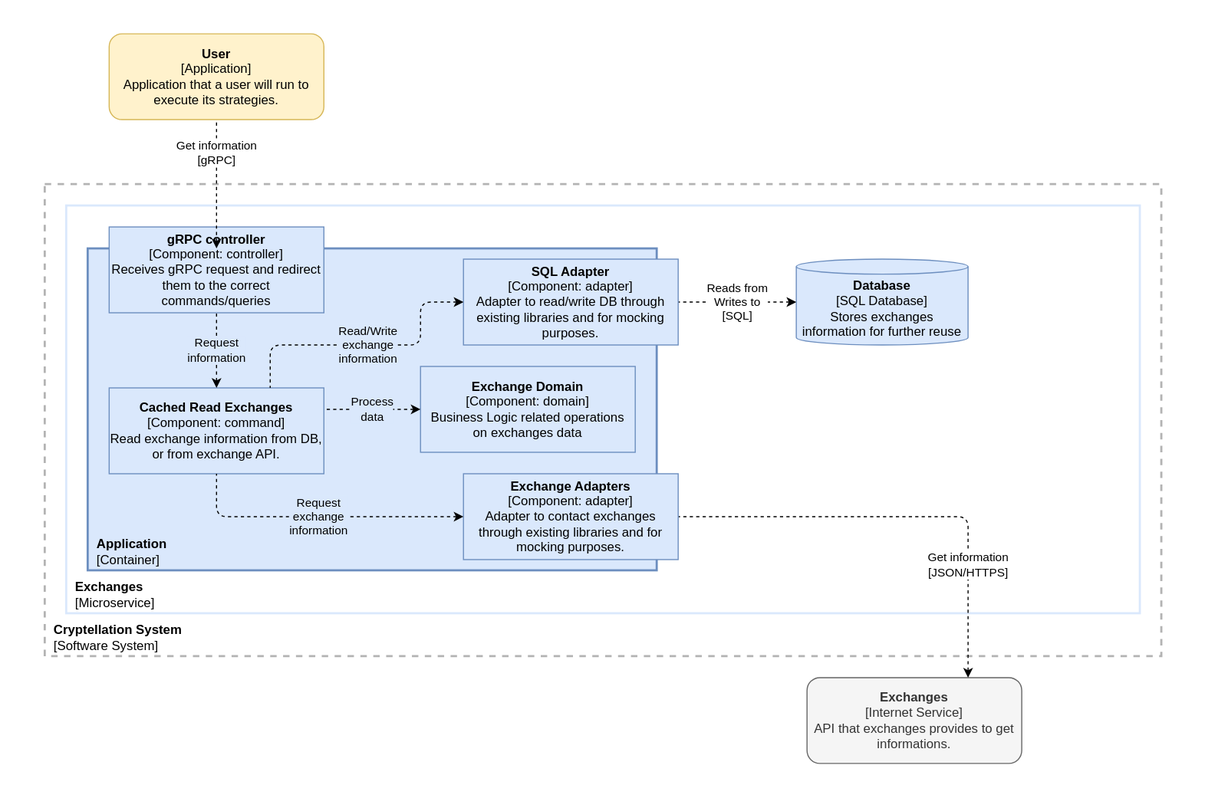
lerenn/cryptellation keeps this draw.io diagram as website/docs/architecture/exchanges/component-diagram.svg. Above is the earlier version. Source tidied: cells renumbered, new cells last; positions are measured from the earlier drawing's top-left corner, leaving out a move shared by most shapes.
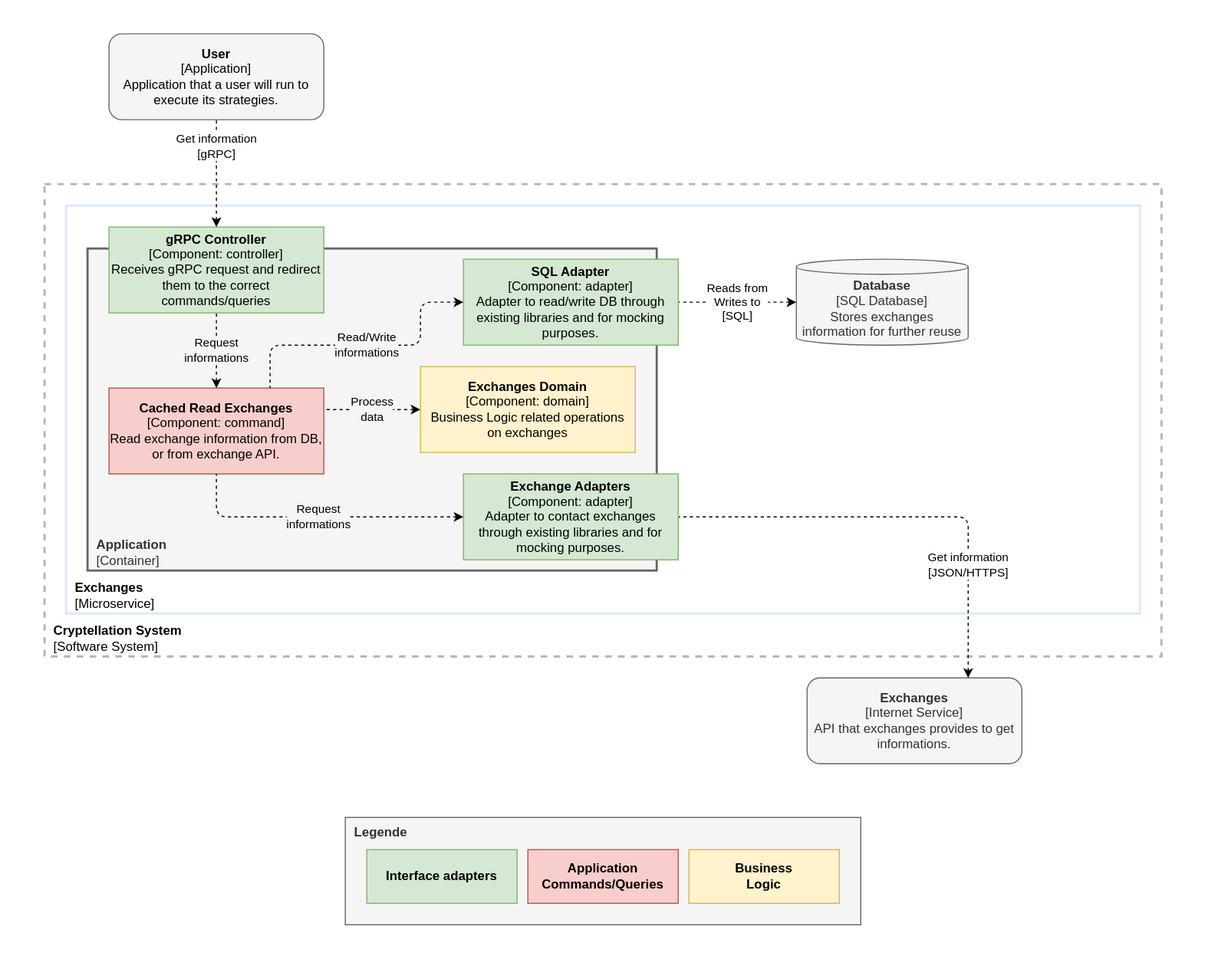
The same file after the commit.

Commit message:
change colors for component diagrams

The edit, as a diff of the source:
```diff
@@ -3,7 +3,7 @@
     <mxCell id="0" />
     <mxCell id="1" parent="0" />
     <mxCell id="2" style="rounded=1;whiteSpace=wrap;html=1;labelBackgroundColor=none;strokeColor=none;strokeWidth=2;fillColor=default;" parent="1" vertex="1">
-      <mxGeometry width="1120" height="750" as="geometry" />
+      <mxGeometry width="1120" height="910" as="geometry" />
     </mxCell>
     <mxCell id="3" value="&lt;b style=&quot;&quot;&gt;&amp;nbsp; Cryptellation System&lt;br&gt;&amp;nbsp;&amp;nbsp;&lt;/b&gt;&lt;span style=&quot;&quot;&gt;[Software System]&lt;/span&gt;" style="rounded=0;whiteSpace=wrap;html=1;fillColor=none;dashed=1;strokeWidth=2;strokeColor=#B3B3B3;align=left;verticalAlign=bottom;" parent="1" vertex="1">
       <mxGeometry x="40" y="170" width="1040" height="440" as="geometry" />
@@ -11,45 +11,43 @@
     <mxCell id="4" value="&amp;nbsp; &lt;b&gt;Exchanges&lt;/b&gt;&lt;br&gt;&amp;nbsp; [Microservice]" style="rounded=0;whiteSpace=wrap;html=1;labelBackgroundColor=none;strokeColor=#DAE8FC;strokeWidth=2;fillColor=none;verticalAlign=bottom;align=left;" parent="1" vertex="1">
       <mxGeometry x="60" y="190" width="1000" height="380" as="geometry" />
     </mxCell>
-    <mxCell id="5" value="&amp;nbsp; &lt;b&gt;Application&lt;/b&gt;&lt;br&gt;&amp;nbsp; [Container]" style="rounded=0;whiteSpace=wrap;html=1;labelBackgroundColor=none;strokeColor=#6c8ebf;strokeWidth=2;fillColor=#dae8fc;verticalAlign=bottom;align=left;" parent="1" vertex="1">
+    <mxCell id="5" value="&amp;nbsp; &lt;b&gt;Application&lt;/b&gt;&lt;br&gt;&amp;nbsp; [Container]" style="rounded=0;whiteSpace=wrap;html=1;labelBackgroundColor=none;strokeColor=#666666;strokeWidth=2;fillColor=#f5f5f5;verticalAlign=bottom;align=left;fontColor=#333333;" parent="1" vertex="1">
       <mxGeometry x="80" y="230" width="530" height="300" as="geometry" />
     </mxCell>
-    <mxCell id="6" value="&lt;b&gt;gRPC controller&lt;/b&gt;&lt;br&gt;[Component: controller]&lt;br&gt;Receives gRPC request and redirect them to the correct commands/queries" style="rounded=0;whiteSpace=wrap;html=1;fillColor=#dae8fc;strokeColor=#6c8ebf;" parent="1" vertex="1">
+    <mxCell id="6" value="&lt;b&gt;gRPC Controller&lt;/b&gt;&lt;br&gt;[Component: controller]&lt;br&gt;Receives gRPC request and redirect them to the correct commands/queries" style="rounded=0;whiteSpace=wrap;html=1;fillColor=#d5e8d4;strokeColor=#82b366;" parent="1" vertex="1">
       <mxGeometry x="100" y="210" width="200" height="80" as="geometry" />
     </mxCell>
-    <mxCell id="7" value="&lt;b&gt;Database&lt;/b&gt;&lt;br&gt;[SQL Database]&lt;br&gt;Stores exchanges information for further reuse" style="shape=cylinder3;whiteSpace=wrap;html=1;boundedLbl=1;backgroundOutline=1;size=7;fillColor=#dae8fc;strokeColor=#6c8ebf;" parent="1" vertex="1">
+    <mxCell id="7" value="&lt;b&gt;Database&lt;/b&gt;&lt;br&gt;[SQL Database]&lt;br&gt;Stores exchanges information for further reuse" style="shape=cylinder3;whiteSpace=wrap;html=1;boundedLbl=1;backgroundOutline=1;size=7;fillColor=#f5f5f5;strokeColor=#666666;fontColor=#333333;" parent="1" vertex="1">
       <mxGeometry x="740" y="240" width="160" height="80" as="geometry" />
     </mxCell>
     <mxCell id="8" value="&lt;b style=&quot;color: rgb(51 , 51 , 51)&quot;&gt;Exchanges&lt;/b&gt;&lt;br style=&quot;color: rgb(51 , 51 , 51)&quot;&gt;&lt;span style=&quot;color: rgb(51 , 51 , 51)&quot;&gt;[Internet Service]&lt;/span&gt;&lt;br style=&quot;color: rgb(51 , 51 , 51)&quot;&gt;&lt;span style=&quot;color: rgb(51 , 51 , 51)&quot;&gt;API that exchanges provides to get informations.&lt;/span&gt;" style="rounded=1;whiteSpace=wrap;html=1;fillColor=#f5f5f5;fontColor=#333333;strokeColor=#666666;" parent="1" vertex="1">
       <mxGeometry x="750" y="630" width="200" height="80" as="geometry" />
     </mxCell>
-    <mxCell id="9" value="&lt;span style=&quot;color: rgb(0, 0, 0); font-family: helvetica; font-size: 11px; font-style: normal; font-weight: 400; letter-spacing: normal; text-align: center; text-indent: 0px; text-transform: none; word-spacing: 0px; background-color: rgb(255, 255, 255); display: inline; float: none;&quot;&gt;Get&amp;nbsp;information&lt;/span&gt;&lt;br style=&quot;color: rgb(0, 0, 0); font-family: helvetica; font-size: 11px; font-style: normal; font-weight: 400; letter-spacing: normal; text-align: center; text-indent: 0px; text-transform: none; word-spacing: 0px;&quot;&gt;&lt;span style=&quot;color: rgb(0, 0, 0); font-family: helvetica; font-size: 11px; font-style: normal; font-weight: 400; letter-spacing: normal; text-align: center; text-indent: 0px; text-transform: none; word-spacing: 0px; background-color: rgb(255, 255, 255); display: inline; float: none;&quot;&gt;[JSON/HTTPS]&lt;/span&gt;" style="endArrow=none;dashed=1;html=1;exitX=0.75;exitY=0;exitDx=0;exitDy=0;entryX=1;entryY=0.5;entryDx=0;entryDy=0;edgeStyle=orthogonalEdgeStyle;startArrow=classic;startFill=1;" parent="1" edge="1" source="8" target="13">
+    <mxCell id="9" value="&lt;span style=&quot;color: rgb(0 , 0 , 0) ; font-family: &amp;#34;helvetica&amp;#34; ; font-size: 11px ; font-style: normal ; font-weight: 400 ; letter-spacing: normal ; text-align: center ; text-indent: 0px ; text-transform: none ; word-spacing: 0px ; background-color: rgb(255 , 255 , 255) ; display: inline ; float: none&quot;&gt;Get information&lt;/span&gt;&lt;br style=&quot;color: rgb(0 , 0 , 0) ; font-family: &amp;#34;helvetica&amp;#34; ; font-size: 11px ; font-style: normal ; font-weight: 400 ; letter-spacing: normal ; text-align: center ; text-indent: 0px ; text-transform: none ; word-spacing: 0px&quot;&gt;&lt;span style=&quot;color: rgb(0 , 0 , 0) ; font-family: &amp;#34;helvetica&amp;#34; ; font-size: 11px ; font-style: normal ; font-weight: 400 ; letter-spacing: normal ; text-align: center ; text-indent: 0px ; text-transform: none ; word-spacing: 0px ; background-color: rgb(255 , 255 , 255) ; display: inline ; float: none&quot;&gt;[JSON/HTTPS]&lt;/span&gt;" style="endArrow=none;dashed=1;html=1;exitX=0.75;exitY=0;exitDx=0;exitDy=0;entryX=1;entryY=0.5;entryDx=0;entryDy=0;edgeStyle=orthogonalEdgeStyle;startArrow=classic;startFill=1;" parent="1" edge="1" source="8" target="13">
       <mxGeometry x="-0.5" relative="1" as="geometry" />
     </mxCell>
     <mxCell id="10" value="&lt;font face=&quot;helvetica&quot;&gt;Reads from&lt;br&gt;Writes to&lt;br&gt;[SQL]&lt;br&gt;&lt;/font&gt;" style="endArrow=none;dashed=1;html=1;exitX=0;exitY=0.5;exitDx=0;exitDy=0;entryX=1;entryY=0.5;entryDx=0;entryDy=0;edgeStyle=orthogonalEdgeStyle;startArrow=classic;startFill=1;exitPerimeter=0;" parent="1" edge="1" source="7" target="14">
       <mxGeometry relative="1" as="geometry" />
     </mxCell>
-    <mxCell id="11" value="&lt;b style=&quot;color: rgb(0 , 0 , 0) ; font-family: &amp;#34;helvetica&amp;#34; ; font-size: 12px ; font-style: normal ; letter-spacing: normal ; text-align: center ; text-indent: 0px ; text-transform: none ; word-spacing: 0px&quot;&gt;User&lt;/b&gt;&lt;br style=&quot;color: rgb(0 , 0 , 0) ; font-family: &amp;#34;helvetica&amp;#34; ; font-size: 12px ; font-style: normal ; font-weight: 400 ; letter-spacing: normal ; text-align: center ; text-indent: 0px ; text-transform: none ; word-spacing: 0px&quot;&gt;&lt;span style=&quot;color: rgb(0 , 0 , 0) ; font-family: &amp;#34;helvetica&amp;#34; ; font-size: 12px ; font-style: normal ; font-weight: 400 ; letter-spacing: normal ; text-align: center ; text-indent: 0px ; text-transform: none ; word-spacing: 0px ; display: inline ; float: none&quot;&gt;[Application]&lt;/span&gt;&lt;br style=&quot;color: rgb(0 , 0 , 0) ; font-family: &amp;#34;helvetica&amp;#34; ; font-size: 12px ; font-style: normal ; font-weight: 400 ; letter-spacing: normal ; text-align: center ; text-indent: 0px ; text-transform: none ; word-spacing: 0px&quot;&gt;&lt;span style=&quot;color: rgb(0 , 0 , 0) ; font-family: &amp;#34;helvetica&amp;#34; ; font-size: 12px ; font-style: normal ; font-weight: 400 ; letter-spacing: normal ; text-align: center ; text-indent: 0px ; text-transform: none ; word-spacing: 0px ; display: inline ; float: none&quot;&gt;Application that a user will run to execute its strategies.&lt;/span&gt;" style="rounded=1;whiteSpace=wrap;html=1;strokeColor=#d6b656;strokeWidth=1;fillColor=#fff2cc;" parent="1" vertex="1">
+    <mxCell id="11" value="&lt;b style=&quot;color: rgb(0 , 0 , 0) ; font-family: &amp;#34;helvetica&amp;#34; ; font-size: 12px ; font-style: normal ; letter-spacing: normal ; text-align: center ; text-indent: 0px ; text-transform: none ; word-spacing: 0px&quot;&gt;User&lt;/b&gt;&lt;br style=&quot;color: rgb(0 , 0 , 0) ; font-family: &amp;#34;helvetica&amp;#34; ; font-size: 12px ; font-style: normal ; font-weight: 400 ; letter-spacing: normal ; text-align: center ; text-indent: 0px ; text-transform: none ; word-spacing: 0px&quot;&gt;&lt;span style=&quot;color: rgb(0 , 0 , 0) ; font-family: &amp;#34;helvetica&amp;#34; ; font-size: 12px ; font-style: normal ; font-weight: 400 ; letter-spacing: normal ; text-align: center ; text-indent: 0px ; text-transform: none ; word-spacing: 0px ; display: inline ; float: none&quot;&gt;[Application]&lt;/span&gt;&lt;br style=&quot;color: rgb(0 , 0 , 0) ; font-family: &amp;#34;helvetica&amp;#34; ; font-size: 12px ; font-style: normal ; font-weight: 400 ; letter-spacing: normal ; text-align: center ; text-indent: 0px ; text-transform: none ; word-spacing: 0px&quot;&gt;&lt;span style=&quot;color: rgb(0 , 0 , 0) ; font-family: &amp;#34;helvetica&amp;#34; ; font-size: 12px ; font-style: normal ; font-weight: 400 ; letter-spacing: normal ; text-align: center ; text-indent: 0px ; text-transform: none ; word-spacing: 0px ; display: inline ; float: none&quot;&gt;Application that a user will run to execute its strategies.&lt;/span&gt;" style="rounded=1;whiteSpace=wrap;html=1;strokeColor=#666666;strokeWidth=1;fillColor=#f5f5f5;fontColor=#333333;" parent="1" vertex="1">
       <mxGeometry x="100" y="30" width="200" height="80" as="geometry" />
     </mxCell>
-    <mxCell id="12" value="&lt;font face=&quot;helvetica&quot;&gt;Get information&lt;br&gt;[gRPC]&lt;br&gt;&lt;/font&gt;" style="endArrow=none;dashed=1;html=1;entryX=0.5;entryY=1;entryDx=0;entryDy=0;edgeStyle=orthogonalEdgeStyle;startArrow=classic;startFill=1;" parent="1" edge="1" target="11">
-      <mxGeometry x="0.5" relative="1" as="geometry">
-        <mxPoint x="200" y="230" as="sourcePoint" />
-      </mxGeometry>
+    <mxCell id="12" value="&lt;font face=&quot;helvetica&quot;&gt;Get information&lt;br&gt;[gRPC]&lt;br&gt;&lt;/font&gt;" style="endArrow=none;dashed=1;html=1;entryX=0.5;entryY=1;entryDx=0;entryDy=0;edgeStyle=orthogonalEdgeStyle;startArrow=classic;startFill=1;exitX=0.5;exitY=0;exitDx=0;exitDy=0;" parent="1" edge="1" source="6" target="11">
+      <mxGeometry x="0.5" relative="1" as="geometry" />
     </mxCell>
-    <mxCell id="13" value="&lt;b&gt;Exchange Adapters&lt;/b&gt;&lt;br&gt;[Component: adapter]&lt;br&gt;Adapter to contact exchanges through existing libraries and for mocking purposes." style="rounded=0;whiteSpace=wrap;html=1;fillColor=#dae8fc;strokeColor=#6c8ebf;" parent="1" vertex="1">
+    <mxCell id="13" value="&lt;b&gt;Exchange Adapters&lt;/b&gt;&lt;br&gt;[Component: adapter]&lt;br&gt;Adapter to contact exchanges through existing libraries and for mocking purposes." style="rounded=0;whiteSpace=wrap;html=1;fillColor=#d5e8d4;strokeColor=#82b366;" parent="1" vertex="1">
       <mxGeometry x="430" y="440" width="200" height="80" as="geometry" />
     </mxCell>
-    <mxCell id="14" value="&lt;b&gt;SQL Adapter&lt;/b&gt;&lt;br&gt;[Component: adapter]&lt;br&gt;Adapter to read/write DB through existing libraries and for mocking purposes." style="rounded=0;whiteSpace=wrap;html=1;fillColor=#dae8fc;strokeColor=#6c8ebf;" parent="1" vertex="1">
+    <mxCell id="14" value="&lt;b&gt;SQL Adapter&lt;/b&gt;&lt;br&gt;[Component: adapter]&lt;br&gt;Adapter to read/write DB through existing libraries and for mocking purposes." style="rounded=0;whiteSpace=wrap;html=1;fillColor=#d5e8d4;strokeColor=#82b366;" parent="1" vertex="1">
       <mxGeometry x="430" y="240" width="200" height="80" as="geometry" />
     </mxCell>
-    <mxCell id="15" value="&lt;b&gt;Cached Read Exchanges&lt;/b&gt;&lt;br&gt;[Component: command]&lt;br&gt;Read exchange information from DB, or from exchange API." style="rounded=0;whiteSpace=wrap;html=1;fillColor=#dae8fc;strokeColor=#6c8ebf;" parent="1" vertex="1">
+    <mxCell id="15" value="&lt;b&gt;Cached Read Exchanges&lt;/b&gt;&lt;br&gt;[Component: command]&lt;br&gt;Read exchange information from DB, or from exchange API." style="rounded=0;whiteSpace=wrap;html=1;fillColor=#f8cecc;strokeColor=#b85450;" parent="1" vertex="1">
       <mxGeometry x="100" y="360" width="200" height="80" as="geometry" />
     </mxCell>
-    <mxCell id="16" value="&lt;font face=&quot;helvetica&quot;&gt;Request&lt;br&gt;information&lt;br&gt;&lt;/font&gt;" style="endArrow=none;dashed=1;html=1;edgeStyle=orthogonalEdgeStyle;startArrow=classic;startFill=1;exitX=0.5;exitY=0;exitDx=0;exitDy=0;entryX=0.5;entryY=1;entryDx=0;entryDy=0;labelBackgroundColor=#DAE8FC;" parent="1" edge="1" source="15" target="6">
+    <mxCell id="16" value="&lt;font face=&quot;helvetica&quot;&gt;Request&lt;br&gt;informations&lt;br&gt;&lt;/font&gt;" style="endArrow=none;dashed=1;html=1;edgeStyle=orthogonalEdgeStyle;startArrow=classic;startFill=1;exitX=0.5;exitY=0;exitDx=0;exitDy=0;entryX=0.5;entryY=1;entryDx=0;entryDy=0;labelBackgroundColor=#F5F5F5;" parent="1" edge="1" source="15" target="6">
       <mxGeometry relative="1" as="geometry" />
     </mxCell>
-    <mxCell id="17" value="&lt;font face=&quot;helvetica&quot;&gt;Read/Write&lt;br&gt;exchange&lt;br&gt;information&lt;br&gt;&lt;/font&gt;" style="endArrow=none;dashed=1;html=1;edgeStyle=orthogonalEdgeStyle;startArrow=classic;startFill=1;entryX=0.75;entryY=0;entryDx=0;entryDy=0;labelBackgroundColor=#DAE8FC;exitX=0;exitY=0.5;exitDx=0;exitDy=0;" parent="1" edge="1" source="14" target="15">
+    <mxCell id="17" value="&lt;font face=&quot;helvetica&quot;&gt;Read/Write&lt;br&gt;informations&lt;br&gt;&lt;/font&gt;" style="endArrow=none;dashed=1;html=1;edgeStyle=orthogonalEdgeStyle;startArrow=classic;startFill=1;entryX=0.75;entryY=0;entryDx=0;entryDy=0;labelBackgroundColor=#F5F5F5;exitX=0;exitY=0.5;exitDx=0;exitDy=0;" parent="1" edge="1" source="14" target="15">
       <mxGeometry relative="1" as="geometry">
         <Array as="points">
           <mxPoint x="390" y="280" />
@@ -58,14 +56,26 @@
         </Array>
       </mxGeometry>
     </mxCell>
-    <mxCell id="18" value="&lt;font face=&quot;helvetica&quot;&gt;Request&lt;br&gt;exchange&lt;br&gt;information&lt;br&gt;&lt;/font&gt;" style="endArrow=none;dashed=1;html=1;edgeStyle=orthogonalEdgeStyle;startArrow=classic;startFill=1;entryX=0.5;entryY=1;entryDx=0;entryDy=0;labelBackgroundColor=#DAE8FC;" parent="1" edge="1" source="13" target="15">
+    <mxCell id="18" value="&lt;font face=&quot;helvetica&quot;&gt;Request&lt;br&gt;informations&lt;br&gt;&lt;/font&gt;" style="endArrow=none;dashed=1;html=1;edgeStyle=orthogonalEdgeStyle;startArrow=classic;startFill=1;entryX=0.5;entryY=1;entryDx=0;entryDy=0;labelBackgroundColor=#F5F5F5;" parent="1" edge="1" source="13" target="15">
       <mxGeometry relative="1" as="geometry" />
     </mxCell>
-    <mxCell id="19" value="&lt;b&gt;Exchange Domain&lt;/b&gt;&lt;br&gt;[Component: domain]&lt;br&gt;Business Logic related operations&lt;br&gt;on exchanges data" style="rounded=0;whiteSpace=wrap;html=1;fillColor=#dae8fc;strokeColor=#6c8ebf;" parent="1" vertex="1">
+    <mxCell id="19" value="&lt;b&gt;Exchanges Domain&lt;/b&gt;&lt;br&gt;[Component: domain]&lt;br&gt;Business Logic related operations&lt;br&gt;on exchanges" style="rounded=0;whiteSpace=wrap;html=1;fillColor=#fff2cc;strokeColor=#d6b656;" parent="1" vertex="1">
       <mxGeometry x="390" y="340" width="200" height="80" as="geometry" />
     </mxCell>
-    <mxCell id="20" value="&lt;font face=&quot;helvetica&quot;&gt;Process&lt;br&gt;data&lt;br&gt;&lt;/font&gt;" style="endArrow=none;dashed=1;html=1;edgeStyle=orthogonalEdgeStyle;startArrow=classic;startFill=1;entryX=1;entryY=0.25;entryDx=0;entryDy=0;labelBackgroundColor=#DAE8FC;exitX=0;exitY=0.5;exitDx=0;exitDy=0;" parent="1" edge="1" source="19" target="15">
+    <mxCell id="20" value="&lt;font face=&quot;helvetica&quot;&gt;Process&lt;br&gt;data&lt;br&gt;&lt;/font&gt;" style="endArrow=none;dashed=1;html=1;edgeStyle=orthogonalEdgeStyle;startArrow=classic;startFill=1;entryX=1;entryY=0.25;entryDx=0;entryDy=0;labelBackgroundColor=#F5F5F5;exitX=0;exitY=0.5;exitDx=0;exitDy=0;" parent="1" edge="1" source="19" target="15">
       <mxGeometry relative="1" as="geometry" />
     </mxCell>
+    <mxCell id="21" value="&lt;b&gt;&amp;nbsp; Legende&lt;/b&gt;" style="rounded=0;whiteSpace=wrap;html=1;fillColor=#f5f5f5;fontColor=#333333;strokeColor=#666666;align=left;verticalAlign=top;" parent="1" vertex="1">
+      <mxGeometry x="320" y="760" width="480" height="100" as="geometry" />
+    </mxCell>
+    <mxCell id="22" value="&lt;b&gt;Interface adapters&lt;/b&gt;" style="rounded=0;whiteSpace=wrap;html=1;fillColor=#d5e8d4;strokeColor=#82b366;" parent="1" vertex="1">
+      <mxGeometry x="340" y="790" width="140" height="50" as="geometry" />
+    </mxCell>
+    <mxCell id="23" value="&lt;b&gt;Business&lt;br&gt;Logic&lt;br&gt;&lt;/b&gt;" style="rounded=0;whiteSpace=wrap;html=1;fillColor=#fff2cc;strokeColor=#d6b656;" parent="1" vertex="1">
+      <mxGeometry x="640" y="790" width="140" height="50" as="geometry" />
+    </mxCell>
+    <mxCell id="24" value="&lt;b&gt;Application&lt;br&gt;Commands/Queries&lt;br&gt;&lt;/b&gt;" style="rounded=0;whiteSpace=wrap;html=1;fillColor=#f8cecc;strokeColor=#b85450;" parent="1" vertex="1">
+      <mxGeometry x="490" y="790" width="140" height="50" as="geometry" />
+    </mxCell>
   </root>
 </mxGraphModel>
```
